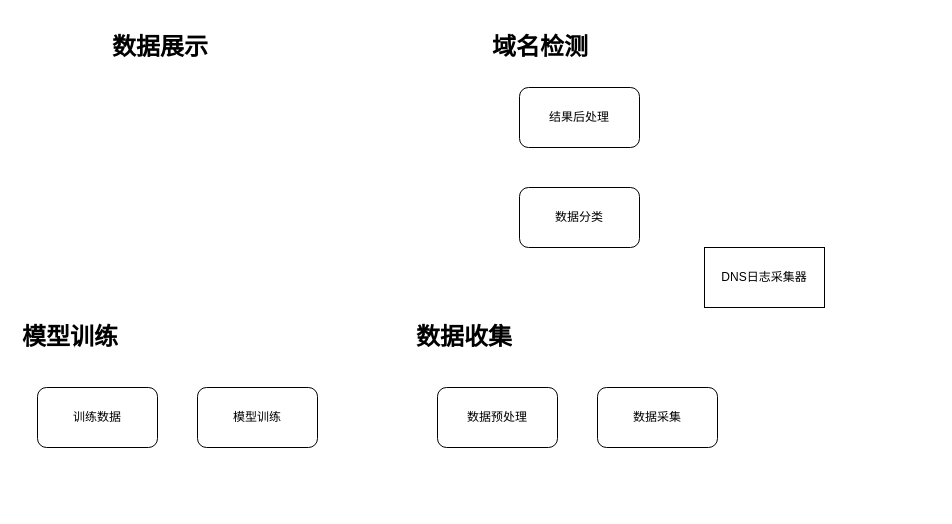
yuxibiwin/draw keeps this draw.io diagram as 域名分析系统.drawio. Above is the earlier version. Source tidied: cells renumbered, new cells numbered last; positions are measured from the earlier drawing's top-left corner, leaving out a move shared by most shapes. Both pictures are drawn from the tidied source at 100%, with x=0, y=0 at pixel (17, 27).
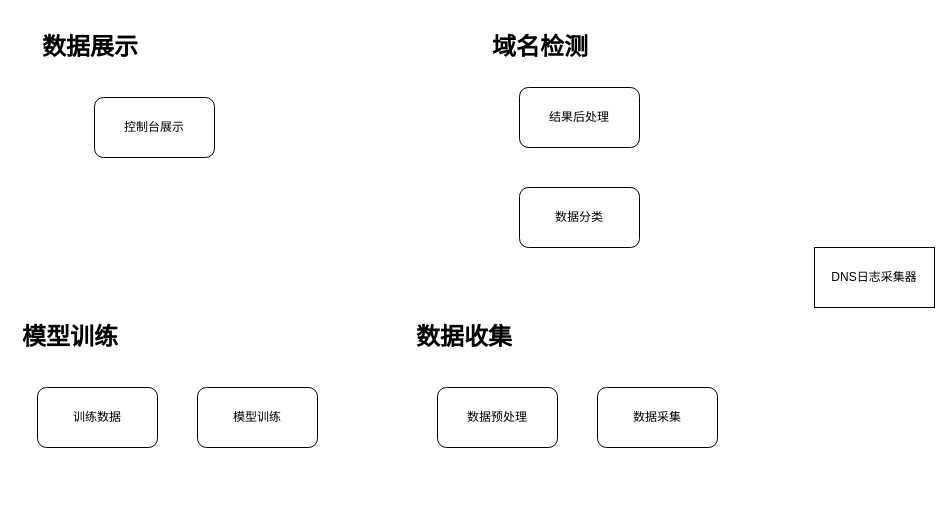
After the change.

Commit message (it also covers changes not shown here):
更新域名分析系统.drawio

The edit, as a diff of the source:
```diff
@@
 <mxGraphModel>
   <root>
     <mxCell id="0" />
     <mxCell id="1" parent="0" />
     <mxCell id="2" value="DNS日志采集器" style="rounded=0;whiteSpace=wrap;html=1;" parent="1" vertex="1">
-      <mxGeometry x="687" y="220" width="120" height="60" as="geometry" />
+      <mxGeometry x="797" y="220" width="120" height="60" as="geometry" />
     </mxCell>
     <mxCell id="3" value="结果后处理" style="rounded=1;whiteSpace=wrap;html=1;" parent="1" vertex="1">
       <mxGeometry x="502" y="60" width="120" height="60" as="geometry" />
     </mxCell>
     <mxCell id="4" value="数据采集" style="rounded=1;whiteSpace=wrap;html=1;" parent="1" vertex="1">
       <mxGeometry x="580" y="360" width="120" height="60" as="geometry" />
     </mxCell>
     <mxCell id="5" value="数据预处理" style="rounded=1;whiteSpace=wrap;html=1;" parent="1" vertex="1">
       <mxGeometry x="420" y="360" width="120" height="60" as="geometry" />
     </mxCell>
     <mxCell id="6" value="训练数据" style="rounded=1;whiteSpace=wrap;html=1;" parent="1" vertex="1">
       <mxGeometry x="20" y="360" width="120" height="60" as="geometry" />
     </mxCell>
     <mxCell id="7" value="模型训练" style="rounded=1;whiteSpace=wrap;html=1;" parent="1" vertex="1">
       <mxGeometry x="180" y="360" width="120" height="60" as="geometry" />
     </mxCell>
     <mxCell id="8" value="数据分类" style="rounded=1;whiteSpace=wrap;html=1;" parent="1" vertex="1">
       <mxGeometry x="502" y="160" width="120" height="60" as="geometry" />
     </mxCell>
     <mxCell id="9" value="&lt;h1&gt;模型训练&lt;/h1&gt;&lt;p&gt;&lt;br&gt;&lt;/p&gt;" style="text;html=1;strokeColor=none;fillColor=none;spacing=5;spacingTop=-20;whiteSpace=wrap;overflow=hidden;rounded=0;" parent="1" vertex="1">
       <mxGeometry y="290" width="340" height="190" as="geometry" />
     </mxCell>
     <mxCell id="10" value="&lt;h1&gt;数据收集&lt;/h1&gt;&lt;p&gt;&lt;br&gt;&lt;/p&gt;" style="text;html=1;strokeColor=none;fillColor=none;spacing=5;spacingTop=-20;whiteSpace=wrap;overflow=hidden;rounded=0;" parent="1" vertex="1">
       <mxGeometry x="394" y="290" width="346" height="190" as="geometry" />
     </mxCell>
     <mxCell id="11" value="&lt;h1&gt;域名检测&lt;/h1&gt;&lt;p&gt;&lt;br&gt;&lt;/p&gt;" style="text;html=1;strokeColor=none;fillColor=none;spacing=5;spacingTop=-20;whiteSpace=wrap;overflow=hidden;rounded=0;" parent="1" vertex="1">
       <mxGeometry x="470" width="200" height="250" as="geometry" />
     </mxCell>
     <mxCell id="12" value="&lt;h1&gt;数据展示&lt;/h1&gt;&lt;p&gt;&lt;br&gt;&lt;/p&gt;" style="text;html=1;strokeColor=none;fillColor=none;spacing=5;spacingTop=-20;whiteSpace=wrap;overflow=hidden;rounded=0;" parent="1" vertex="1">
-      <mxGeometry x="90" width="190" height="120" as="geometry" />
+      <mxGeometry x="20" width="327" height="150" as="geometry" />
     </mxCell>
+    <mxCell id="13" value="控制台展示" style="rounded=1;whiteSpace=wrap;html=1;" parent="1" vertex="1">
+      <mxGeometry x="77" y="70" width="120" height="60" as="geometry" />
+    </mxCell>
   </root>
 </mxGraphModel>
```
